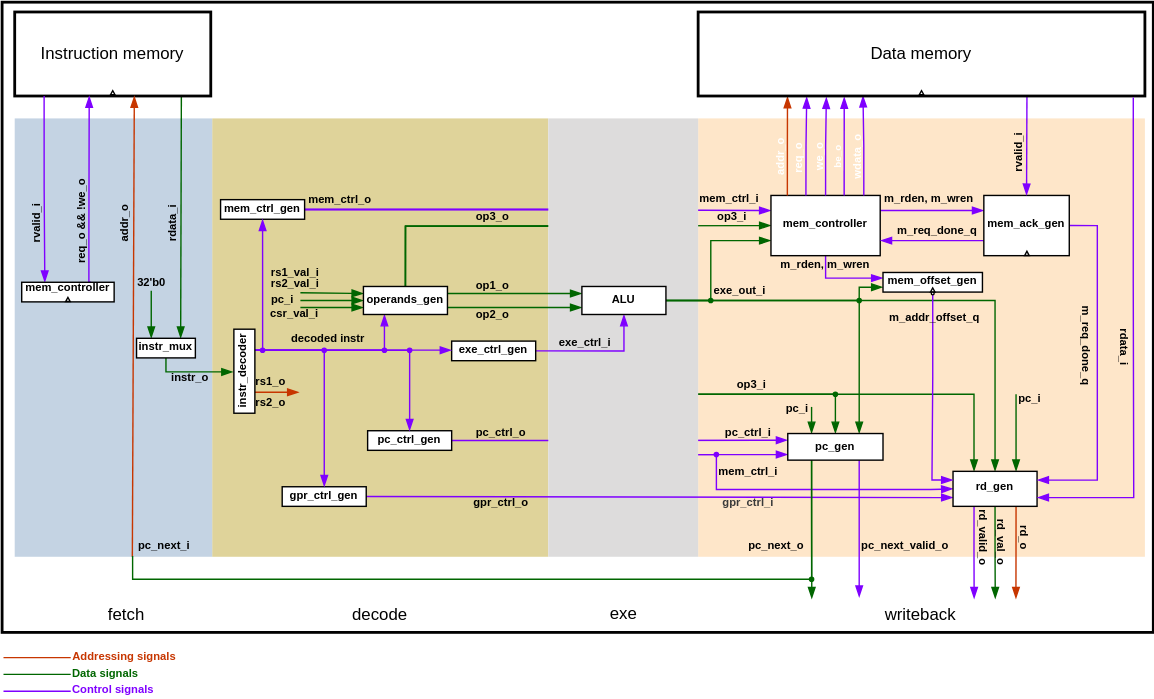
Earlier version of the draw.io export img/SCHOLAR_RISC-V_architecture.svg (Kawanami-git/scholar-risc-v). Source tidied: cells renumbered, new cells last; positions are measured from the earlier drawing's top-left corner, leaving out a move shared by most shapes.
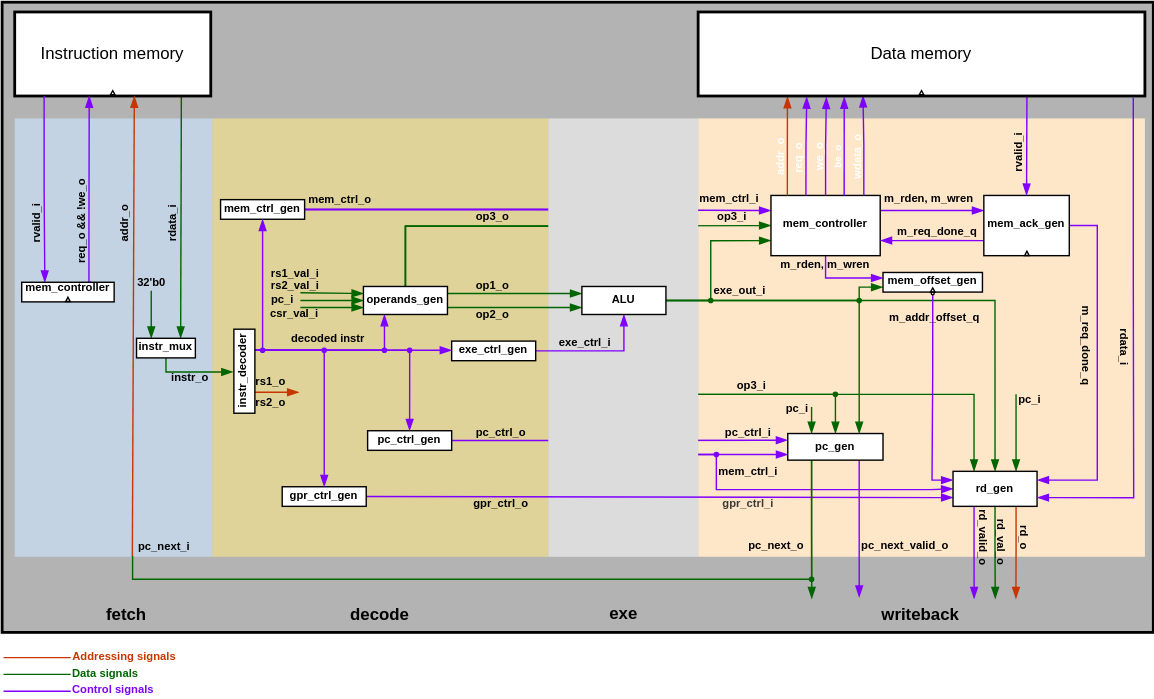
After the change.

Commit message:
docs: Improve block design colors

I really should have done a working branch for this shit.

What changed in the source:
```diff
@@ -2,7 +2,7 @@
   <root>
     <mxCell id="0" />
     <mxCell id="1" parent="0" />
-    <mxCell id="2" style="rounded=0;whiteSpace=wrap;html=1;strokeWidth=2;noLabel=1;fillStyle=auto;fillColor=light-dark(#FFFFFF,#F4F3F3);" parent="1" vertex="1">
+    <mxCell id="2" style="rounded=0;whiteSpace=wrap;html=1;strokeWidth=2;noLabel=1;fillStyle=auto;fillColor=light-dark(#B3B3B3,#B3B3B3);" parent="1" vertex="1">
       <mxGeometry width="822" height="450" as="geometry" />
     </mxCell>
     <mxCell id="3" style="rounded=0;whiteSpace=wrap;html=1;strokeColor=none;fillColor=light-dark(#DFD39A,#DFD39A);" parent="1" vertex="1">
@@ -102,7 +102,7 @@
     <mxCell id="20" value="&lt;font style=&quot;font-size: 8px; color: light-dark(rgb(0, 0, 0), rgb(26, 26, 26));&quot;&gt;&lt;b style=&quot;&quot;&gt;32'b0&lt;/b&gt;&lt;/font&gt;" style="text;html=1;align=center;verticalAlign=middle;whiteSpace=wrap;rounded=0;rotation=0;" parent="1" vertex="1">
       <mxGeometry x="95" y="193" width="24" height="12" as="geometry" />
     </mxCell>
-    <mxCell id="21" value="&lt;b&gt;&lt;font style=&quot;font-size: 8px; color: light-dark(rgb(0, 0, 0), rgb(51, 51, 51));&quot;&gt;rvalid_i&lt;/font&gt;&lt;/b&gt;" style="text;html=1;align=center;verticalAlign=middle;whiteSpace=wrap;rounded=0;spacingBottom=4;textDirection=ltr;rotation=-90;strokeColor=none;" parent="1" vertex="1">
+    <mxCell id="21" value="&lt;b&gt;&lt;font style=&quot;font-size: 8px; color: light-dark(rgb(0, 0, 0), rgb(26, 26, 26));&quot;&gt;rvalid_i&lt;/font&gt;&lt;/b&gt;" style="text;html=1;align=center;verticalAlign=middle;whiteSpace=wrap;rounded=0;spacingBottom=4;textDirection=ltr;rotation=-90;strokeColor=none;" parent="1" vertex="1">
       <mxGeometry x="3" y="153.5" width="45" height="9" as="geometry" />
     </mxCell>
     <mxCell id="22" value="&lt;b&gt;&lt;font style=&quot;font-size: 8px; color: light-dark(rgb(0, 0, 0), rgb(26, 26, 26));&quot;&gt;req_o &amp;amp;&amp;amp; !we_o&lt;/font&gt;&lt;/b&gt;" style="text;html=1;align=center;verticalAlign=middle;whiteSpace=wrap;rounded=0;spacingBottom=4;textDirection=ltr;rotation=-90;" parent="1" vertex="1">
@@ -461,16 +461,16 @@
     <mxCell id="118" style="ellipse;whiteSpace=wrap;html=1;fillColor=#006600;strokeColor=#006600;" parent="1" vertex="1">
       <mxGeometry x="576.5" y="410.5" width="3" height="3" as="geometry" />
     </mxCell>
-    <mxCell id="119" value="fetch" style="text;html=1;align=center;verticalAlign=middle;whiteSpace=wrap;rounded=0;" parent="1" vertex="1">
+    <mxCell id="119" value="&lt;font style=&quot;color: light-dark(rgb(0, 0, 0), rgb(26, 26, 26));&quot;&gt;&lt;b&gt;fetch&lt;/b&gt;&lt;/font&gt;" style="text;html=1;align=center;verticalAlign=middle;whiteSpace=wrap;rounded=0;" parent="1" vertex="1">
       <mxGeometry x="58.5" y="423" width="60" height="30" as="geometry" />
     </mxCell>
-    <mxCell id="120" value="decode" style="text;html=1;align=center;verticalAlign=middle;whiteSpace=wrap;rounded=0;" parent="1" vertex="1">
+    <mxCell id="120" value="&lt;b&gt;&lt;font style=&quot;color: light-dark(rgb(0, 0, 0), rgb(26, 26, 26));&quot;&gt;decode&lt;/font&gt;&lt;/b&gt;" style="text;html=1;align=center;verticalAlign=middle;whiteSpace=wrap;rounded=0;" parent="1" vertex="1">
       <mxGeometry x="240" y="423" width="60" height="30" as="geometry" />
     </mxCell>
-    <mxCell id="121" value="exe" style="text;html=1;align=center;verticalAlign=middle;whiteSpace=wrap;rounded=0;" parent="1" vertex="1">
+    <mxCell id="121" value="&lt;b&gt;&lt;font style=&quot;color: light-dark(rgb(0, 0, 0), rgb(26, 26, 26));&quot;&gt;exe&lt;/font&gt;&lt;/b&gt;" style="text;html=1;align=center;verticalAlign=middle;whiteSpace=wrap;rounded=0;" parent="1" vertex="1">
       <mxGeometry x="413.5" y="422" width="60" height="30" as="geometry" />
     </mxCell>
-    <mxCell id="122" value="writeback" style="text;html=1;align=center;verticalAlign=middle;whiteSpace=wrap;rounded=0;" parent="1" vertex="1">
+    <mxCell id="122" value="&lt;font style=&quot;color: light-dark(rgb(0, 0, 0), rgb(26, 26, 26));&quot;&gt;&lt;b&gt;writeback&lt;/b&gt;&lt;/font&gt;" style="text;html=1;align=center;verticalAlign=middle;whiteSpace=wrap;rounded=0;" parent="1" vertex="1">
       <mxGeometry x="626.5" y="423" width="60" height="30" as="geometry" />
     </mxCell>
     <mxCell id="123" value="&lt;b&gt;&lt;font style=&quot;font-size: 8px; color: light-dark(rgb(0, 0, 0), rgb(26, 26, 26));&quot;&gt;pc_i&lt;/font&gt;&lt;/b&gt;" style="text;html=1;align=center;verticalAlign=middle;whiteSpace=wrap;rounded=0;rotation=0;spacingBottom=5;" parent="1" vertex="1">
```
